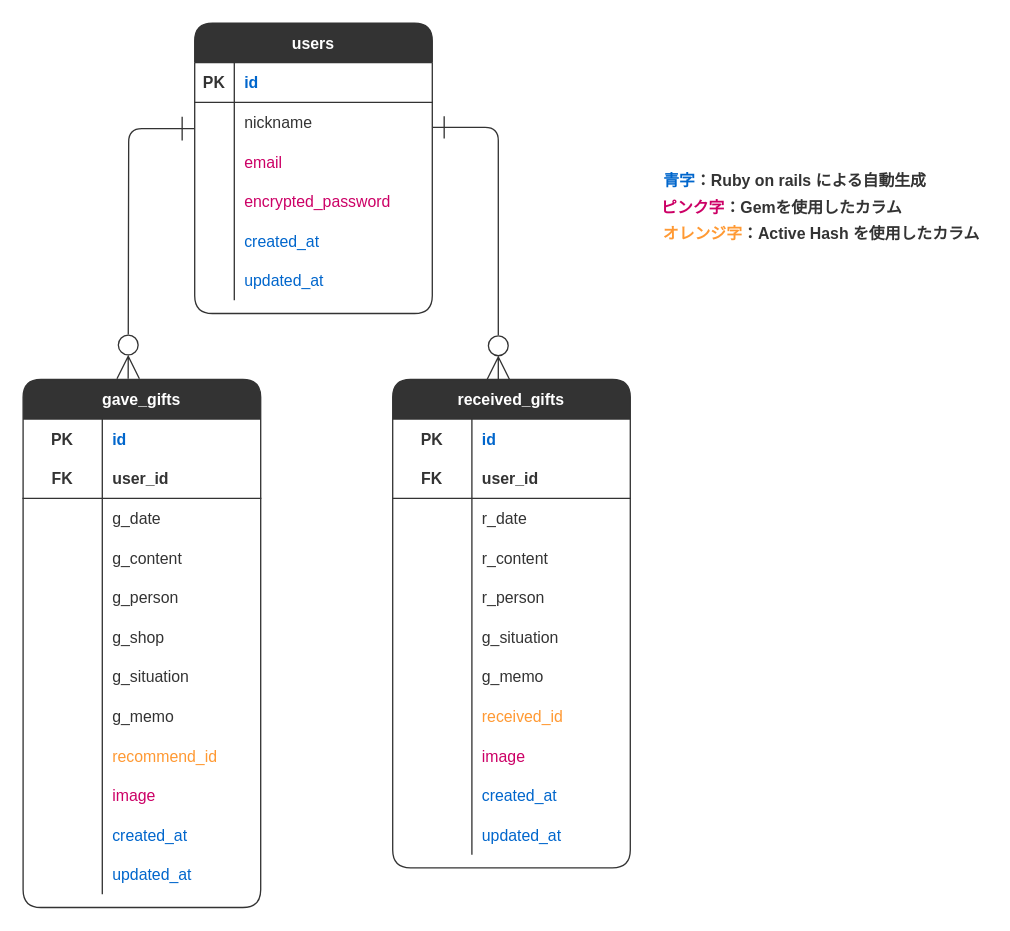
Before: er.dio in maimium/giftlog-37925, a draw.io diagram. Source tidied: cells renumbered, new cells numbered last; positions are measured from the earlier drawing's top-left corner, leaving out a move shared by most shapes. Both pictures are drawn from the tidied source at 132%, with x=0, y=0 at pixel (22, 22).
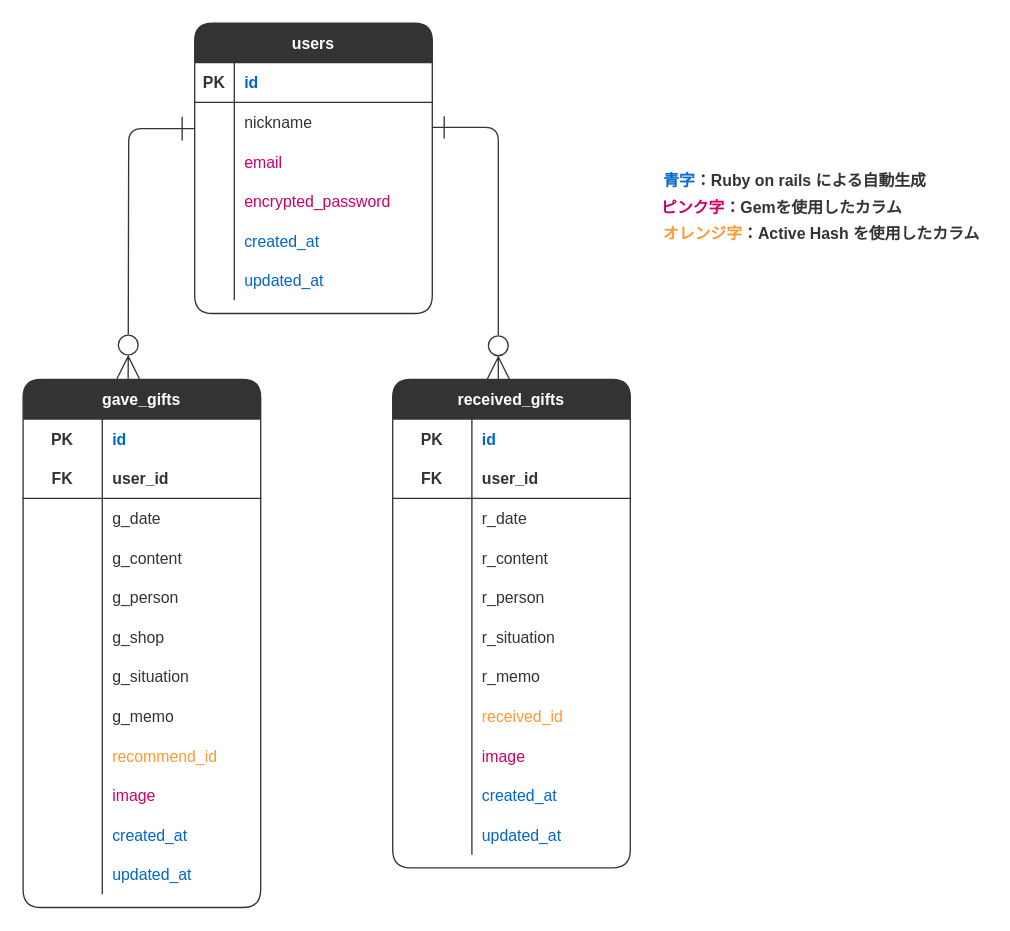
The same page after the edit.

The change refers to these unchanged cells:
```xml
<mxCell id="74" style="shape=partialRectangle;fillColor=none;top=0;left=0;bottom=0;right=0;rounded=1;labelBorderColor=none;fontColor=#FFFFFF;strokeColor=#333333;" parent="58" vertex="1">
  <mxGeometry y="180" width="180" height="30" as="geometry" />
</mxCell>
<mxCell id="77" style="shape=partialRectangle;fillColor=none;top=0;left=0;bottom=0;right=0;rounded=1;labelBorderColor=none;fontColor=#FFFFFF;strokeColor=#333333;" parent="58" vertex="1">
  <mxGeometry y="210" width="180" height="30" as="geometry" />
</mxCell>
```

The edit, as a diff of the source:
```diff
@@
-    <mxCell id="76" value="g_situation" style="shape=partialRectangle;fillColor=none;top=0;left=0;bottom=0;right=0;align=left;spacingLeft=6;overflow=hidden;rounded=1;labelBorderColor=none;fontColor=#333333;strokeColor=#333333;" parent="74" vertex="1">
+    <mxCell id="76" value="r_situation" style="shape=partialRectangle;fillColor=none;top=0;left=0;bottom=0;right=0;align=left;spacingLeft=6;overflow=hidden;rounded=1;labelBorderColor=none;fontColor=#333333;strokeColor=#333333;" parent="74" vertex="1">
       <mxGeometry x="60" width="120" height="30" as="geometry" />
     </mxCell>
@@
-    <mxCell id="79" value="g_memo" style="shape=partialRectangle;fillColor=none;top=0;left=0;bottom=0;right=0;align=left;spacingLeft=6;overflow=hidden;rounded=1;labelBorderColor=none;fontColor=#333333;strokeColor=#333333;" parent="77" vertex="1">
+    <mxCell id="79" value="r_memo" style="shape=partialRectangle;fillColor=none;top=0;left=0;bottom=0;right=0;align=left;spacingLeft=6;overflow=hidden;rounded=1;labelBorderColor=none;fontColor=#333333;strokeColor=#333333;" parent="77" vertex="1">
       <mxGeometry x="60" width="120" height="30" as="geometry" />
     </mxCell>
```
